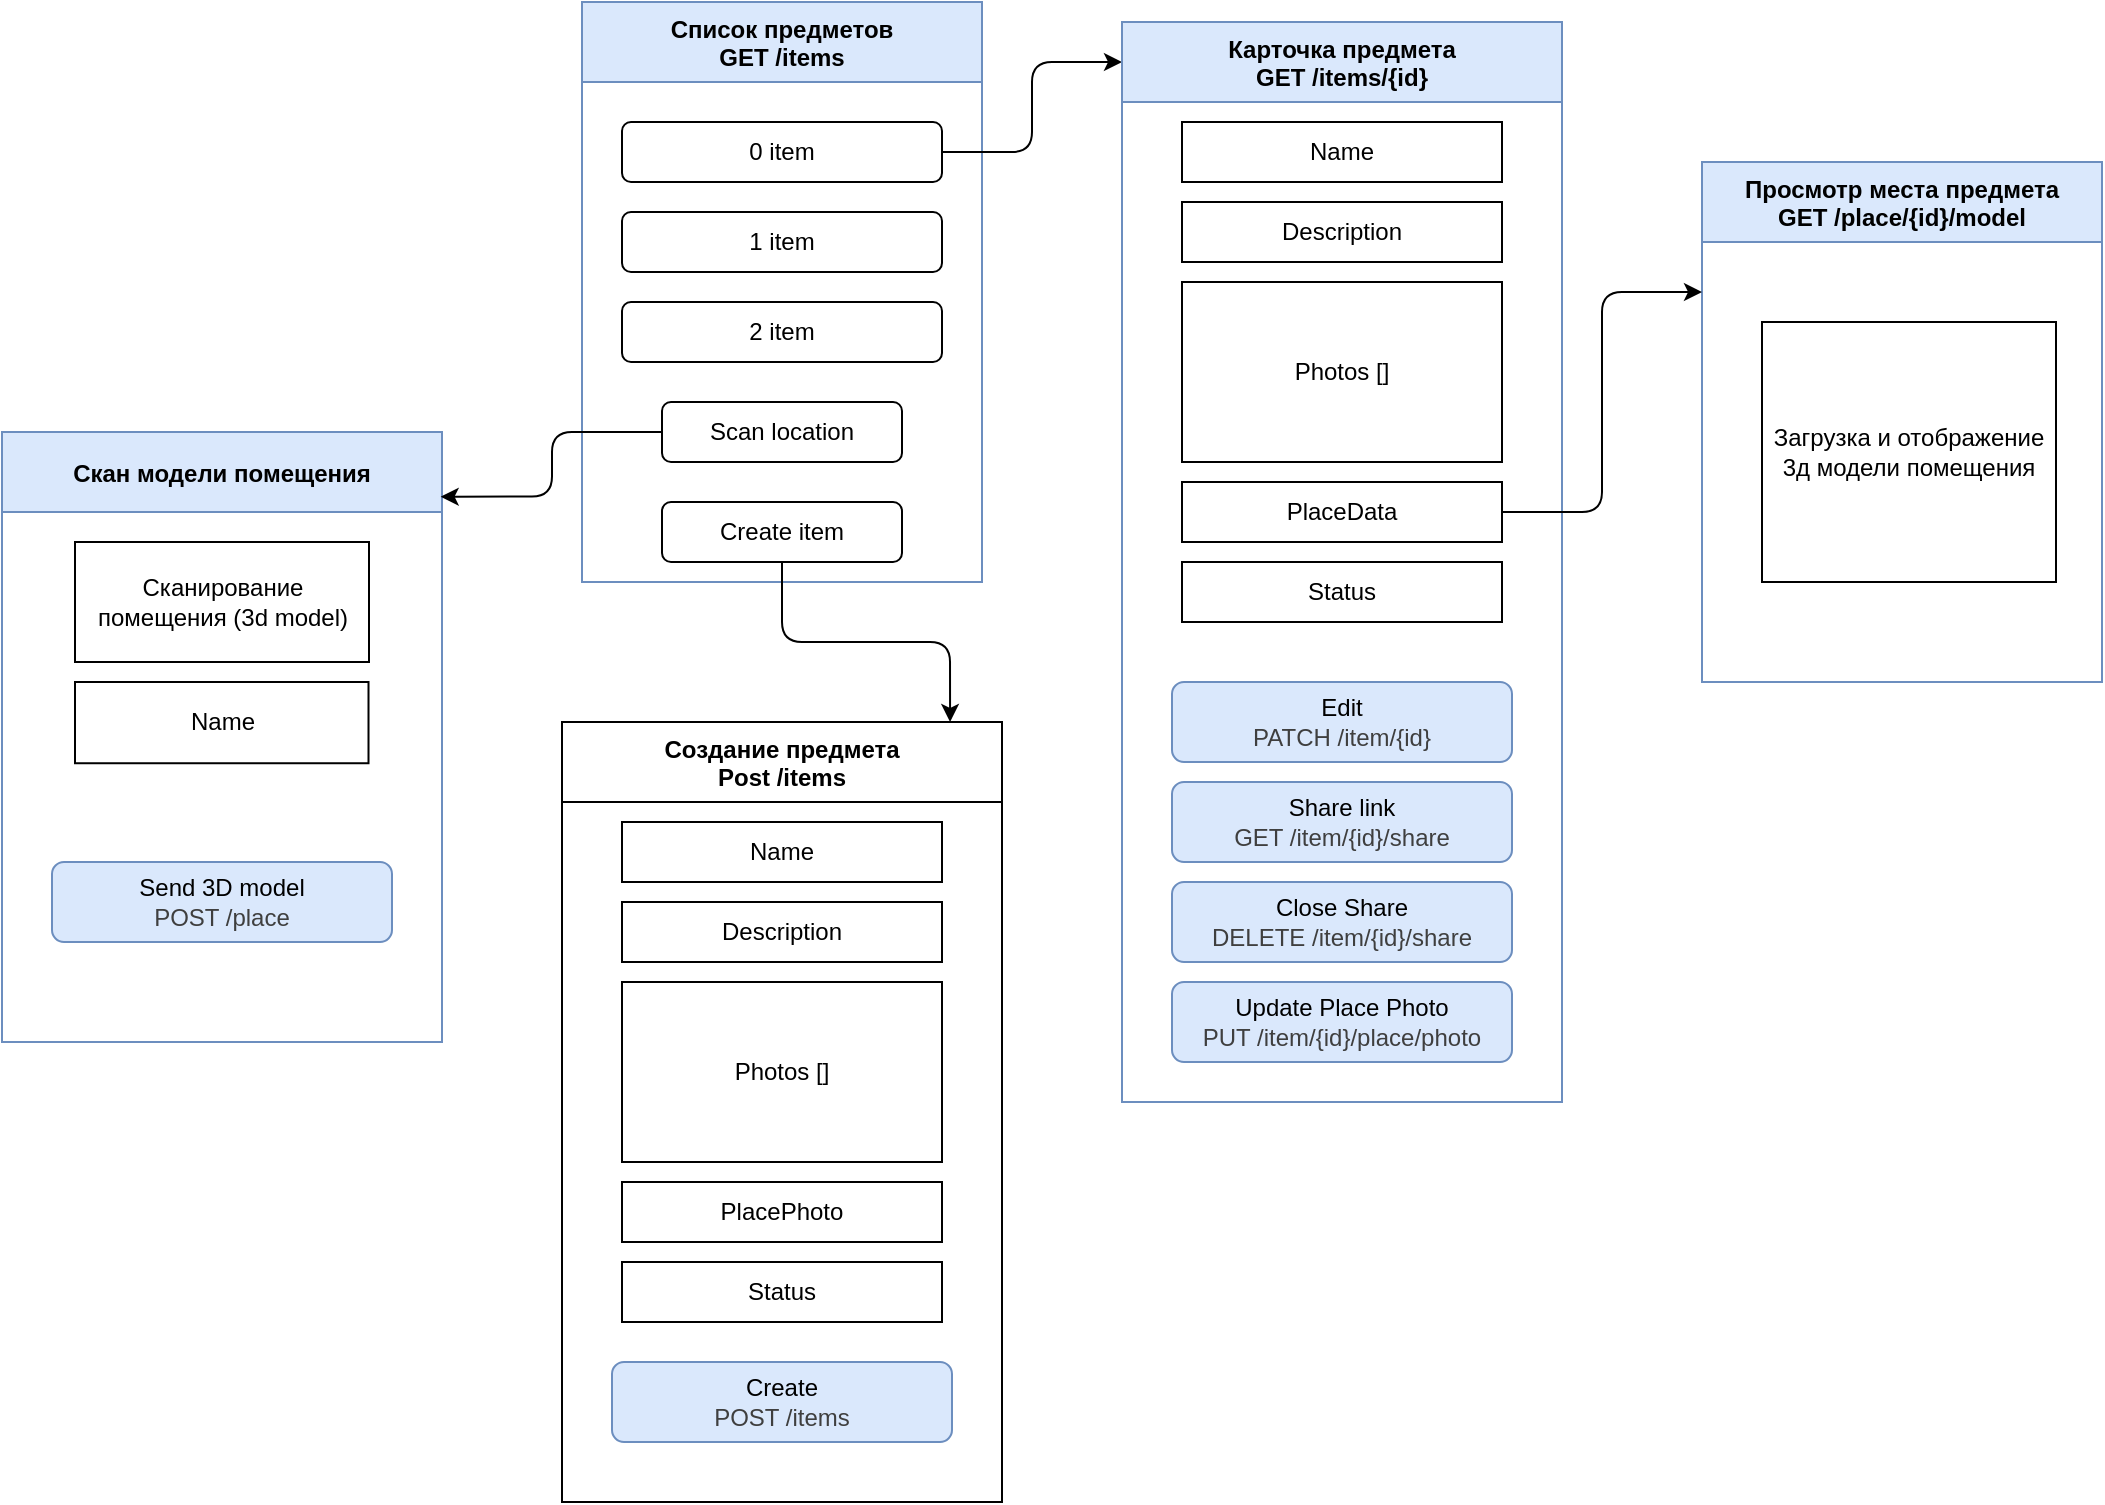
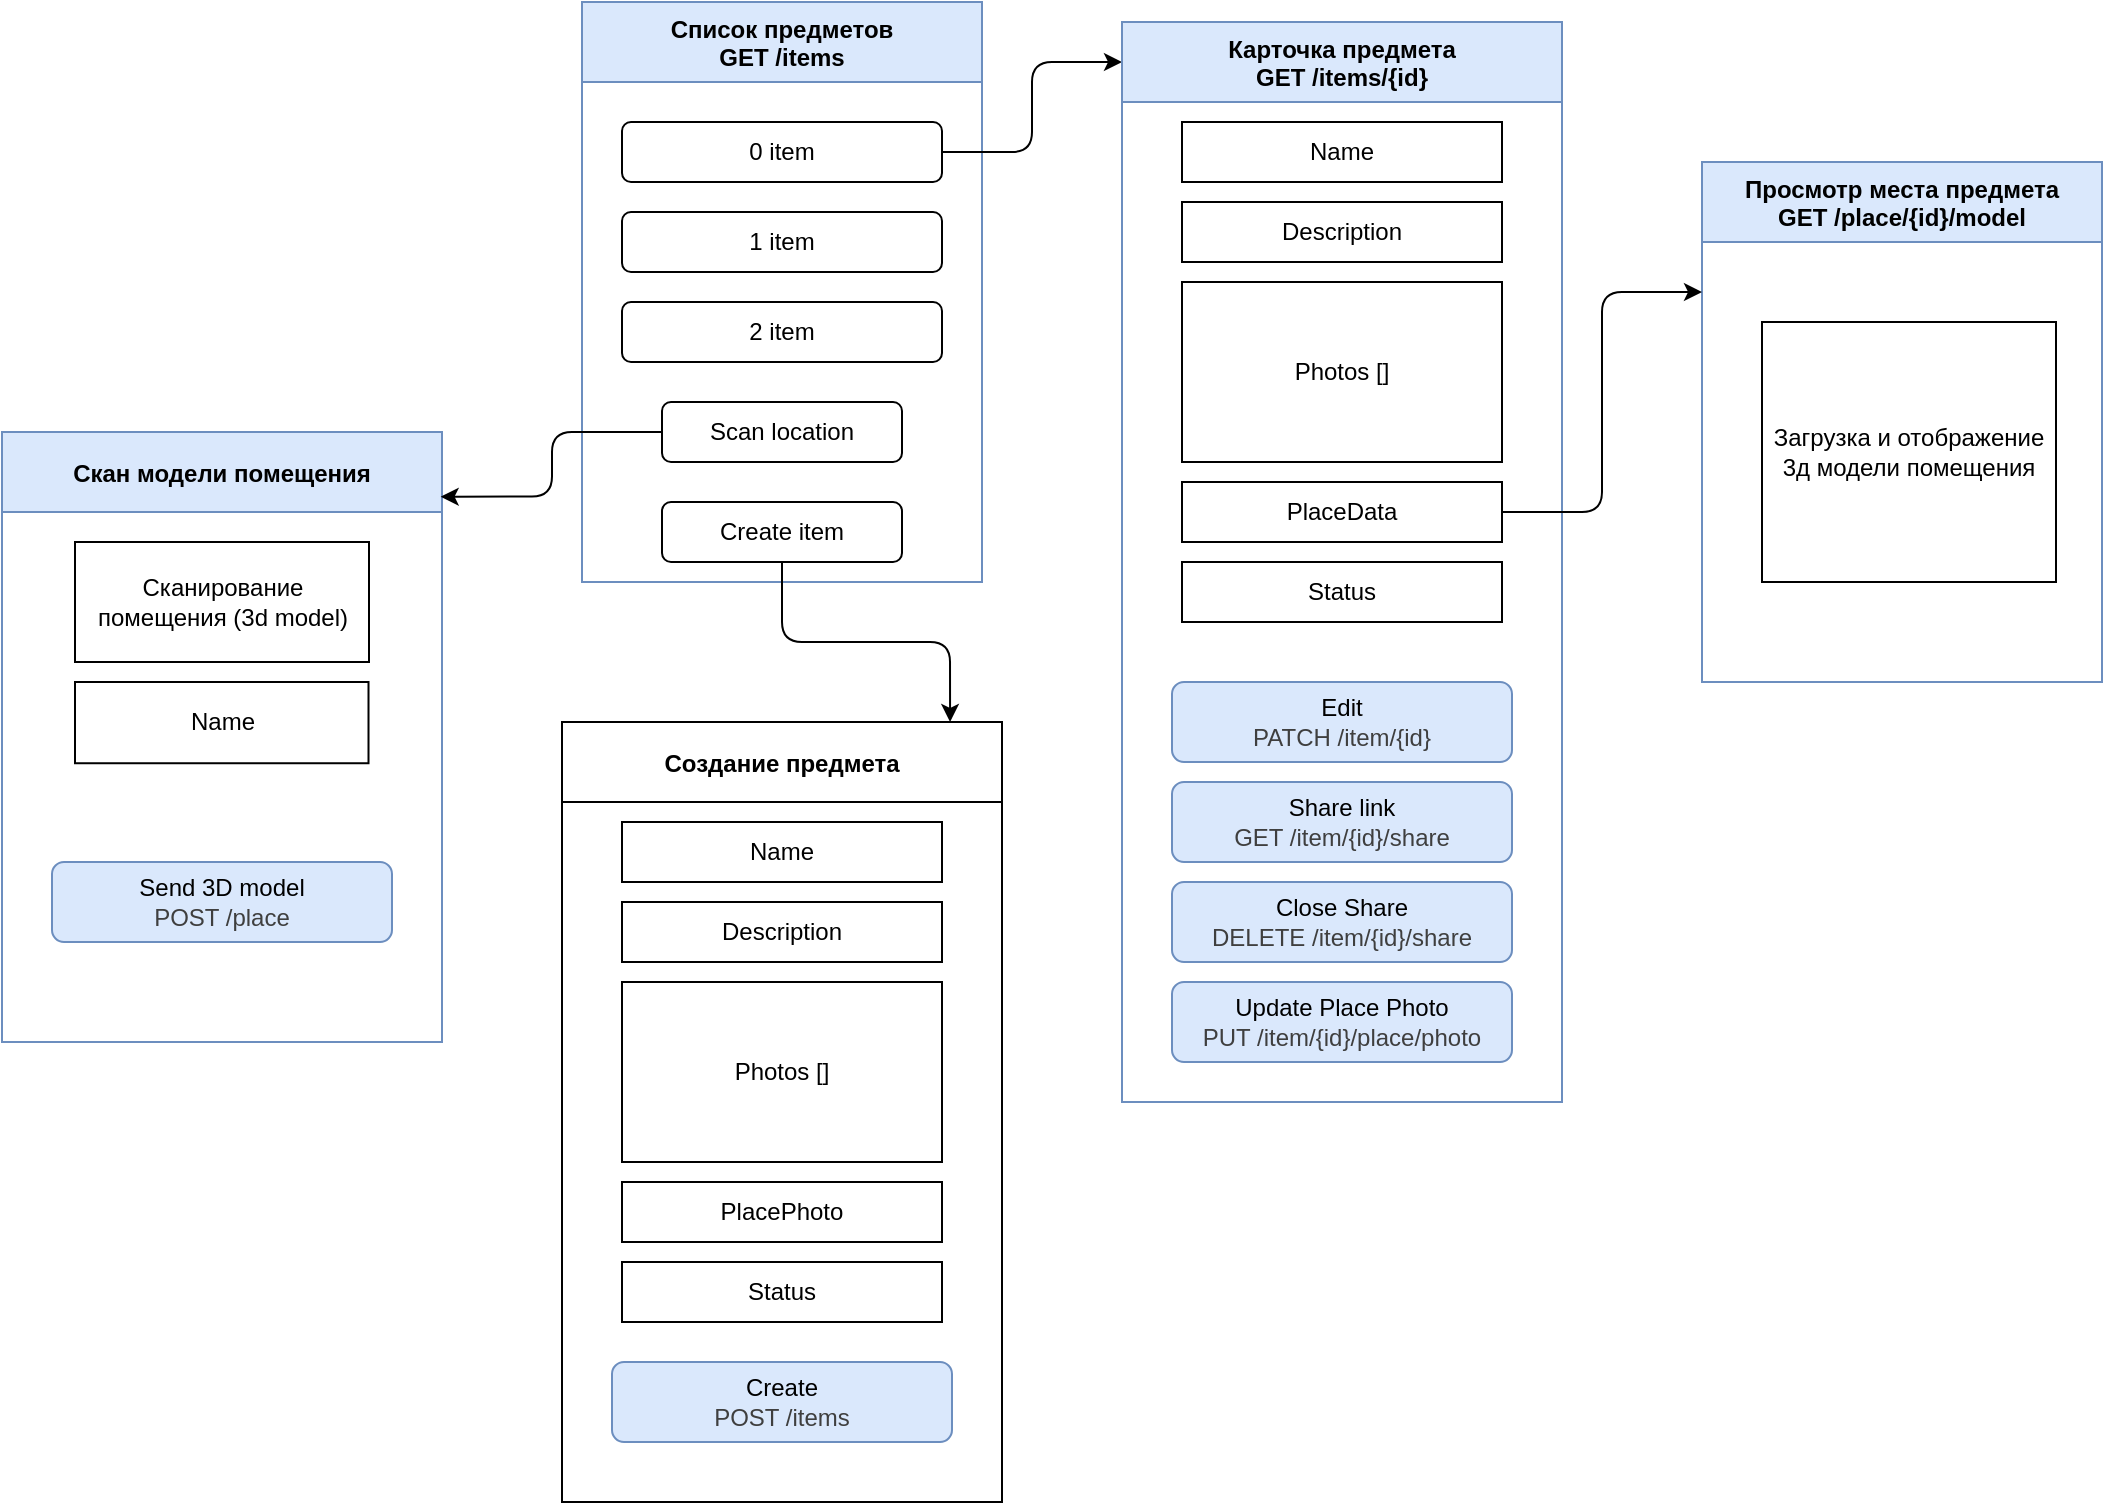
<mxfile host="65bd71144e">
    <diagram id="P_eOR3uX97GxeNbOwJxL" name="Page-1">
-         <mxGraphModel dx="1134" dy="779" grid="1" gridSize="10" guides="1" tooltips="1" connect="1" arrows="1" fold="1" page="1" pageScale="1" pageWidth="827" pageHeight="1169" math="0" shadow="0">
+         <mxGraphModel dx="1386" dy="779" grid="0" gridSize="10" guides="1" tooltips="1" connect="1" arrows="1" fold="1" page="1" pageScale="1" pageWidth="827" pageHeight="1169" background="#FFFFFF" math="0" shadow="0">
            <root>
                <mxCell id="0"/>
                <mxCell id="1" parent="0"/>
                <mxCell id="3" value="Список предметов&#xa;GET /items" style="swimlane;fillColor=#dae8fc;startSize=40;strokeColor=#6c8ebf;" parent="1" vertex="1">
                    <mxGeometry x="450" y="110" width="200" height="290" as="geometry"/>
                </mxCell>
                <mxCell id="12" style="edgeStyle=elbowEdgeStyle;html=1;" parent="3" source="4" edge="1">
                    <mxGeometry relative="1" as="geometry">
                        <mxPoint x="270" y="30" as="targetPoint"/>
                    </mxGeometry>
                </mxCell>
                <mxCell id="4" value="0 item" style="rounded=1;whiteSpace=wrap;html=1;" parent="3" vertex="1">
                    <mxGeometry x="20" y="60" width="160" height="30" as="geometry"/>
                </mxCell>
                <mxCell id="5" value="1 item" style="rounded=1;whiteSpace=wrap;html=1;" parent="3" vertex="1">
                    <mxGeometry x="20" y="105" width="160" height="30" as="geometry"/>
                </mxCell>
                <mxCell id="6" value="2 item" style="rounded=1;whiteSpace=wrap;html=1;" parent="3" vertex="1">
                    <mxGeometry x="20" y="150" width="160" height="30" as="geometry"/>
                </mxCell>
                <mxCell id="54" value="Scan location" style="rounded=1;whiteSpace=wrap;html=1;" parent="3" vertex="1">
                    <mxGeometry x="40" y="200" width="120" height="30" as="geometry"/>
                </mxCell>
                <mxCell id="66" value="Create item" style="rounded=1;whiteSpace=wrap;html=1;" parent="3" vertex="1">
                    <mxGeometry x="40" y="250" width="120" height="30" as="geometry"/>
                </mxCell>
                <mxCell id="13" value="Карточка предмета&#xa;GET /items/{id}" style="swimlane;fillColor=#dae8fc;startSize=40;strokeColor=#6c8ebf;" parent="1" vertex="1">
                    <mxGeometry x="720" y="120" width="220" height="540" as="geometry"/>
                </mxCell>
                <mxCell id="33" value="Name" style="rounded=0;whiteSpace=wrap;html=1;" parent="13" vertex="1">
                    <mxGeometry x="30" y="50" width="160" height="30" as="geometry"/>
                </mxCell>
                <mxCell id="34" value="Description" style="rounded=0;whiteSpace=wrap;html=1;" parent="13" vertex="1">
                    <mxGeometry x="30" y="90" width="160" height="30" as="geometry"/>
                </mxCell>
                <mxCell id="35" value="Photos []" style="rounded=0;whiteSpace=wrap;html=1;" parent="13" vertex="1">
                    <mxGeometry x="30" y="130" width="160" height="90" as="geometry"/>
                </mxCell>
                <mxCell id="36" value="PlaceData" style="rounded=0;whiteSpace=wrap;html=1;" parent="13" vertex="1">
                    <mxGeometry x="30" y="230" width="160" height="30" as="geometry"/>
                </mxCell>
                <mxCell id="38" value="&lt;span style=&quot;color: rgb(0, 0, 0);&quot;&gt;Edit&lt;/span&gt;&lt;div style=&quot;color: rgb(63, 63, 63); scrollbar-color: rgb(226, 226, 226) rgb(251, 251, 251);&quot;&gt;PATCH /item/{id}&lt;/div&gt;" style="rounded=1;whiteSpace=wrap;html=1;fillColor=#dae8fc;strokeColor=#6c8ebf;" parent="13" vertex="1">
                    <mxGeometry x="25" y="330" width="170" height="40" as="geometry"/>
                </mxCell>
                <mxCell id="39" value="&lt;span style=&quot;color: rgb(0, 0, 0);&quot;&gt;Share link&lt;/span&gt;&lt;div style=&quot;color: rgb(63, 63, 63); scrollbar-color: rgb(226, 226, 226) rgb(251, 251, 251);&quot;&gt;GET /item/{id}/share&lt;/div&gt;" style="rounded=1;whiteSpace=wrap;html=1;fillColor=#dae8fc;strokeColor=#6c8ebf;" parent="13" vertex="1">
                    <mxGeometry x="25" y="380" width="170" height="40" as="geometry"/>
                </mxCell>
                <mxCell id="41" value="&lt;span style=&quot;color: rgb(0, 0, 0);&quot;&gt;Update Place Photo&lt;/span&gt;&lt;div style=&quot;color: rgb(63, 63, 63); scrollbar-color: rgb(226, 226, 226) rgb(251, 251, 251);&quot;&gt;PUT /item/{id}/place/photo&lt;/div&gt;" style="rounded=1;whiteSpace=wrap;html=1;fillColor=#dae8fc;strokeColor=#6c8ebf;" parent="13" vertex="1">
                    <mxGeometry x="25" y="480" width="170" height="40" as="geometry"/>
                </mxCell>
                <mxCell id="42" value="&lt;span style=&quot;color: rgb(0, 0, 0);&quot;&gt;Close Share&lt;/span&gt;&lt;div style=&quot;color: rgb(63, 63, 63); scrollbar-color: rgb(226, 226, 226) rgb(251, 251, 251);&quot;&gt;DELETE /item/{id}/share&lt;/div&gt;" style="rounded=1;whiteSpace=wrap;html=1;fillColor=#dae8fc;strokeColor=#6c8ebf;" parent="13" vertex="1">
                    <mxGeometry x="25" y="430" width="170" height="40" as="geometry"/>
                </mxCell>
-                 <mxCell id="83" value="Status" style="rounded=0;whiteSpace=wrap;html=1;" vertex="1" parent="13">
+                 <mxCell id="83" value="Status" style="rounded=0;whiteSpace=wrap;html=1;" parent="13" vertex="1">
                    <mxGeometry x="30" y="270" width="160" height="30" as="geometry"/>
                </mxCell>
                <mxCell id="48" value="Просмотр меcта предмета&#xa;GET /place/{id}/model" style="swimlane;fillColor=#dae8fc;startSize=40;strokeColor=#6c8ebf;" parent="1" vertex="1">
                    <mxGeometry x="1010" y="190" width="200" height="260" as="geometry"/>
                </mxCell>
                <mxCell id="65" value="Загрузка и отображение 3д модели помещения" style="rounded=0;whiteSpace=wrap;html=1;" parent="48" vertex="1">
                    <mxGeometry x="30" y="80" width="147" height="130" as="geometry"/>
                </mxCell>
                <mxCell id="53" style="edgeStyle=orthogonalEdgeStyle;html=1;entryX=0;entryY=0.25;entryDx=0;entryDy=0;" parent="1" source="36" target="48" edge="1">
                    <mxGeometry relative="1" as="geometry"/>
                </mxCell>
-                 <mxCell id="56" value="Создание предмета&#xa;Post /items" style="swimlane;fillColor=#FFFFFF;gradientColor=none;startSize=40;" parent="1" vertex="1">
+                 <mxCell id="56" value="Создание предмета" style="swimlane;fillColor=#FFFFFF;gradientColor=none;startSize=40;" parent="1" vertex="1">
                    <mxGeometry x="440" y="470" width="220" height="390" as="geometry"/>
                </mxCell>
                <mxCell id="57" value="Name" style="rounded=0;whiteSpace=wrap;html=1;" parent="56" vertex="1">
                    <mxGeometry x="30" y="50" width="160" height="30" as="geometry"/>
                </mxCell>
                <mxCell id="58" value="Description" style="rounded=0;whiteSpace=wrap;html=1;" parent="56" vertex="1">
                    <mxGeometry x="30" y="90" width="160" height="30" as="geometry"/>
                </mxCell>
                <mxCell id="59" value="Photos []" style="rounded=0;whiteSpace=wrap;html=1;" parent="56" vertex="1">
                    <mxGeometry x="30" y="130" width="160" height="90" as="geometry"/>
                </mxCell>
                <mxCell id="60" value="PlacePhoto" style="rounded=0;whiteSpace=wrap;html=1;" parent="56" vertex="1">
                    <mxGeometry x="30" y="230" width="160" height="30" as="geometry"/>
                </mxCell>
                <mxCell id="61" value="Create&lt;br&gt;&lt;div style=&quot;color: rgb(63, 63, 63); scrollbar-color: rgb(226, 226, 226) rgb(251, 251, 251);&quot;&gt;POST /items&lt;/div&gt;" style="rounded=1;whiteSpace=wrap;html=1;fillColor=#dae8fc;strokeColor=#6c8ebf;" parent="56" vertex="1">
                    <mxGeometry x="25" y="320" width="170" height="40" as="geometry"/>
                </mxCell>
-                 <mxCell id="91" value="Status" style="rounded=0;whiteSpace=wrap;html=1;" vertex="1" parent="56">
+                 <mxCell id="91" value="Status" style="rounded=0;whiteSpace=wrap;html=1;" parent="56" vertex="1">
                    <mxGeometry x="30" y="270" width="160" height="30" as="geometry"/>
                </mxCell>
                <mxCell id="68" style="edgeStyle=orthogonalEdgeStyle;html=1;entryX=0.882;entryY=0;entryDx=0;entryDy=0;entryPerimeter=0;" parent="1" source="66" target="56" edge="1">
                    <mxGeometry relative="1" as="geometry"/>
                </mxCell>
                <mxCell id="70" value="Скан модели помещения" style="swimlane;fillColor=#dae8fc;startSize=40;strokeColor=#6c8ebf;" parent="1" vertex="1">
                    <mxGeometry x="160" y="325" width="220" height="305" as="geometry"/>
                </mxCell>
                <mxCell id="71" value="Сканирование помещения (3d model)" style="rounded=0;whiteSpace=wrap;html=1;" parent="70" vertex="1">
                    <mxGeometry x="36.5" y="55" width="147" height="60" as="geometry"/>
                </mxCell>
                <mxCell id="72" value="Send 3D model&lt;br&gt;&lt;div style=&quot;color: rgb(63, 63, 63); scrollbar-color: rgb(226, 226, 226) rgb(251, 251, 251);&quot;&gt;POST /place&lt;/div&gt;" style="rounded=1;whiteSpace=wrap;html=1;fillColor=#dae8fc;strokeColor=#6c8ebf;" parent="70" vertex="1">
                    <mxGeometry x="25" y="215" width="170" height="40" as="geometry"/>
                </mxCell>
                <mxCell id="73" value="Name" style="rounded=0;whiteSpace=wrap;html=1;" parent="70" vertex="1">
                    <mxGeometry x="36.5" y="125" width="146.75" height="40.62" as="geometry"/>
                </mxCell>
                <mxCell id="69" style="edgeStyle=orthogonalEdgeStyle;html=1;entryX=0.997;entryY=0.106;entryDx=0;entryDy=0;entryPerimeter=0;" parent="1" source="54" target="70" edge="1">
                    <mxGeometry relative="1" as="geometry">
                        <mxPoint x="380.0000000000001" y="329.9999999999999" as="targetPoint"/>
                    </mxGeometry>
                </mxCell>
            </root>
        </mxGraphModel>
    </diagram>
</mxfile>